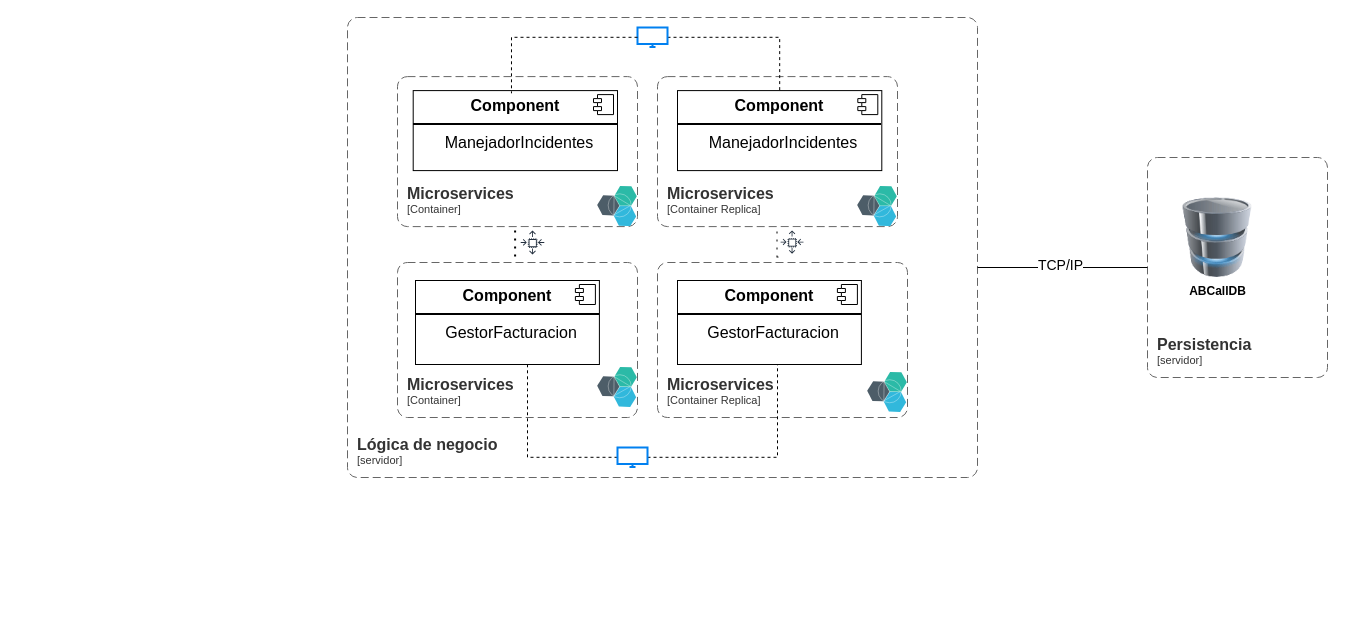
This is page "hu experimento arquitectura abcall asincrono" (8 of 8) of diagramas.drawio from lordmkichavi-andes/MISW4202-202414-Grupo017, a draw.io file, before an edit. Source tidied: cells renumbered, new cells numbered last; positions are measured from the earlier drawing's top-left corner, leaving out a move shared by most shapes. Both pictures are drawn from the tidied source at 100%, with x=0, y=0 at pixel (347, 17).
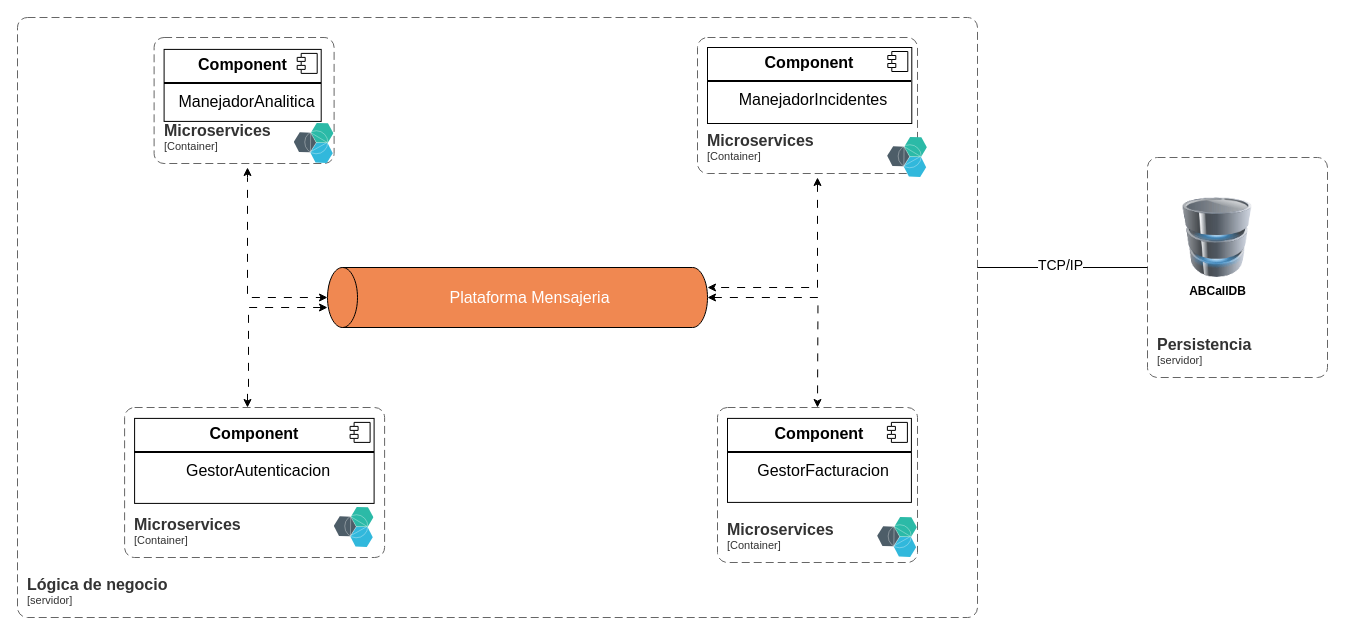
The same diagram, later.

Change to the diagram source:
```diff
@@
-    <mxCell id="2" value="&lt;p style=&quot;margin: 6px 0px 0px; text-align: center; font-size: 16px;&quot;&gt;&lt;b style=&quot;font-size: 16px;&quot;&gt;&lt;font style=&quot;font-size: 16px;&quot;&gt;Component&lt;/font&gt;&lt;/b&gt;&lt;/p&gt;&lt;hr style=&quot;border-style: solid; font-size: 16px;&quot;&gt;&lt;p style=&quot;text-align: center; margin: 0px 0px 0px 8px; font-size: 16px;&quot;&gt;&lt;font style=&quot;font-size: 16px;&quot;&gt;ManejadorIncidentes&lt;/font&gt;&lt;br style=&quot;font-size: 16px;&quot;&gt;&lt;/p&gt;" style="align=left;overflow=fill;html=1;whiteSpace=wrap;fontSize=16;" parent="1" vertex="1">
-      <mxGeometry x="330" y="73.1" width="204.3" height="80" as="geometry" />
-    </mxCell>
-    <mxCell id="3" style="shape=component;jettyWidth=8;jettyHeight=4;fontSize=16;" parent="2" vertex="1">
-      <mxGeometry x="1" width="20" height="20" relative="1" as="geometry">
-        <mxPoint x="-24" y="4" as="offset" />
-      </mxGeometry>
-    </mxCell>
-    <mxCell id="4" value="&lt;p style=&quot;margin: 6px 0px 0px; text-align: center; font-size: 16px;&quot;&gt;&lt;b style=&quot;font-size: 16px;&quot;&gt;Component&lt;/b&gt;&lt;/p&gt;&lt;hr style=&quot;border-style: solid; font-size: 16px;&quot;&gt;&lt;p style=&quot;text-align: center; margin: 0px 0px 0px 8px; font-size: 16px;&quot;&gt;GestorFacturacion&lt;br style=&quot;font-size: 16px;&quot;&gt;&lt;/p&gt;" style="align=left;overflow=fill;html=1;whiteSpace=wrap;fontSize=16;" parent="1" vertex="1">
-      <mxGeometry x="330" y="263" width="183.9" height="84" as="geometry" />
-    </mxCell>
-    <mxCell id="5" style="shape=component;jettyWidth=8;jettyHeight=4;fontSize=16;" parent="4" vertex="1">
-      <mxGeometry x="1" width="20" height="20" relative="1" as="geometry">
-        <mxPoint x="-24" y="4" as="offset" />
-      </mxGeometry>
-    </mxCell>
@@
-    <object id="7" label="&lt;font style=&quot;font-size: 16px&quot;&gt;&lt;b&gt;&lt;div style=&quot;text-align: left&quot;&gt;%c4Name%&lt;/div&gt;&lt;/b&gt;&lt;/font&gt;&lt;div style=&quot;text-align: left&quot;&gt;[%c4Application%]&lt;/div&gt;" c4Application="Container Replica" c4Name="Microservices" placeholders="1">
-      <mxCell style="rounded=1;fontSize=11;whiteSpace=wrap;html=1;dashed=1;arcSize=20;fillColor=none;strokeColor=#666666;fontColor=#333333;labelBackgroundColor=none;align=left;verticalAlign=bottom;labelBorderColor=none;spacingTop=0;spacing=10;dashPattern=8 4;perimeter=rectanglePerimeter;noLabel=0;labelPadding=0;absoluteArcSize=1;" parent="1" vertex="1">
-        <mxGeometry x="310" y="59.1" width="240" height="150" as="geometry" />
-      </mxCell>
-    </object>
@@
     <object id="9" label="&lt;font style=&quot;font-size: 16px&quot;&gt;&lt;b&gt;&lt;div style=&quot;text-align: left&quot;&gt;%c4Name%&lt;/div&gt;&lt;/b&gt;&lt;/font&gt;&lt;div style=&quot;text-align: left&quot;&gt;[%c4Application%]&lt;/div&gt;" c4Application="servidor" c4Name="Lógica de negocio" placeholders="1">
       <mxCell style="rounded=1;fontSize=11;whiteSpace=wrap;html=1;dashed=1;arcSize=20;fillColor=none;strokeColor=#666666;fontColor=#333333;labelBackgroundColor=none;align=left;verticalAlign=bottom;labelBorderColor=none;spacingTop=0;spacing=10;dashPattern=8 4;perimeter=rectanglePerimeter;noLabel=0;labelPadding=0;absoluteArcSize=1;" parent="1" vertex="1">
-        <mxGeometry width="630" height="460" as="geometry" />
+        <mxGeometry x="-330" width="960" height="600" as="geometry" />
       </mxCell>
     </object>
@@
+    <mxCell id="33" style="edgeStyle=orthogonalEdgeStyle;rounded=0;jettySize=auto;html=1;dashed=1;dashPattern=8 8;startArrow=classic;startFill=1;" parent="1" edge="1" target="41">
+      <mxGeometry relative="1" as="geometry">
+        <mxPoint x="470" y="160" as="sourcePoint" />
+        <Array as="points">
+          <mxPoint x="470" y="270" />
+        </Array>
+      </mxGeometry>
+    </mxCell>
     <mxCell id="12" value="&lt;p style=&quot;margin: 6px 0px 0px; text-align: center; font-size: 16px;&quot;&gt;&lt;b style=&quot;font-size: 16px;&quot;&gt;&lt;font style=&quot;font-size: 16px;&quot;&gt;Component&lt;/font&gt;&lt;/b&gt;&lt;/p&gt;&lt;hr style=&quot;border-style: solid; font-size: 16px;&quot;&gt;&lt;p style=&quot;text-align: center; margin: 0px 0px 0px 8px; font-size: 16px;&quot;&gt;&lt;font style=&quot;font-size: 16px;&quot;&gt;ManejadorIncidentes&lt;/font&gt;&lt;br style=&quot;font-size: 16px;&quot;&gt;&lt;/p&gt;" style="align=left;overflow=fill;html=1;whiteSpace=wrap;fontSize=16;" parent="1" vertex="1">
-      <mxGeometry x="65.7" y="73.1" width="204.3" height="80" as="geometry" />
+      <mxGeometry x="360" y="30" width="204.3" height="76" as="geometry" />
     </mxCell>
@@
     <mxCell id="14" value="&lt;p style=&quot;margin: 6px 0px 0px; text-align: center; font-size: 16px;&quot;&gt;&lt;b style=&quot;font-size: 16px;&quot;&gt;Component&lt;/b&gt;&lt;/p&gt;&lt;hr style=&quot;border-style: solid; font-size: 16px;&quot;&gt;&lt;p style=&quot;text-align: center; margin: 0px 0px 0px 8px; font-size: 16px;&quot;&gt;GestorFacturacion&lt;br style=&quot;font-size: 16px;&quot;&gt;&lt;/p&gt;" style="align=left;overflow=fill;html=1;whiteSpace=wrap;fontSize=16;" parent="1" vertex="1">
-      <mxGeometry x="68" y="263" width="183.9" height="84" as="geometry" />
+      <mxGeometry x="380" y="400.9" width="183.9" height="84" as="geometry" />
     </mxCell>
@@
-    <object id="16" label="&lt;font style=&quot;font-size: 16px&quot;&gt;&lt;b&gt;&lt;div style=&quot;text-align: left&quot;&gt;%c4Name%&lt;/div&gt;&lt;/b&gt;&lt;/font&gt;&lt;div style=&quot;text-align: left&quot;&gt;[%c4Application%]&lt;/div&gt;" c4Application="Container" c4Name="Microservices" placeholders="1">
-      <mxCell style="rounded=1;fontSize=11;whiteSpace=wrap;html=1;dashed=1;arcSize=20;fillColor=none;strokeColor=#666666;fontColor=#333333;labelBackgroundColor=none;align=left;verticalAlign=bottom;labelBorderColor=none;spacingTop=0;spacing=10;dashPattern=8 4;perimeter=rectanglePerimeter;noLabel=0;labelPadding=0;absoluteArcSize=1;" parent="1" vertex="1">
-        <mxGeometry x="50" y="245" width="240" height="155" as="geometry" />
-      </mxCell>
-    </object>
-    <object id="17" label="&lt;font style=&quot;font-size: 16px&quot;&gt;&lt;b&gt;&lt;div style=&quot;text-align: left&quot;&gt;%c4Name%&lt;/div&gt;&lt;/b&gt;&lt;/font&gt;&lt;div style=&quot;text-align: left&quot;&gt;[%c4Application%]&lt;/div&gt;" c4Application="Container" c4Name="Microservices" placeholders="1">
-      <mxCell style="rounded=1;fontSize=11;whiteSpace=wrap;html=1;dashed=1;arcSize=20;fillColor=none;strokeColor=#666666;fontColor=#333333;labelBackgroundColor=none;align=left;verticalAlign=bottom;labelBorderColor=none;spacingTop=0;spacing=10;dashPattern=8 4;perimeter=rectanglePerimeter;noLabel=0;labelPadding=0;absoluteArcSize=1;" parent="1" vertex="1">
-        <mxGeometry x="50" y="59.1" width="240" height="150" as="geometry" />
-      </mxCell>
-    </object>
-    <object id="18" label="&lt;font style=&quot;font-size: 16px&quot;&gt;&lt;b&gt;&lt;div style=&quot;text-align: left&quot;&gt;%c4Name%&lt;/div&gt;&lt;/b&gt;&lt;/font&gt;&lt;div style=&quot;text-align: left&quot;&gt;[%c4Application%]&lt;/div&gt;" c4Application="Container Replica" c4Name="Microservices" placeholders="1">
-      <mxCell style="rounded=1;fontSize=11;whiteSpace=wrap;html=1;dashed=1;arcSize=20;fillColor=none;strokeColor=#666666;fontColor=#333333;labelBackgroundColor=none;align=left;verticalAlign=bottom;labelBorderColor=none;spacingTop=0;spacing=10;dashPattern=8 4;perimeter=rectanglePerimeter;noLabel=0;labelPadding=0;absoluteArcSize=1;" parent="1" vertex="1">
-        <mxGeometry x="310" y="245" width="250" height="155" as="geometry" />
-      </mxCell>
-    </object>
-    <mxCell id="19" style="image;perimeter=ellipsePerimeter;html=1;align=center;shadow=0;dashed=0;fontColor=#4277BB;labelBackgroundColor=default;fontSize=12;spacingTop=3;image=img/lib/ibm/miscellaneous/microservices_application.svg;" parent="1" vertex="1">
-      <mxGeometry x="510" y="169.1" width="40" height="40" as="geometry" />
-    </mxCell>
-    <mxCell id="20" style="image;perimeter=ellipsePerimeter;html=1;align=center;shadow=0;dashed=0;fontColor=#4277BB;labelBackgroundColor=default;fontSize=12;spacingTop=3;image=img/lib/ibm/miscellaneous/microservices_application.svg;" parent="1" vertex="1">
-      <mxGeometry x="520" y="355" width="40" height="40" as="geometry" />
-    </mxCell>
-    <mxCell id="21" style="image;perimeter=ellipsePerimeter;html=1;align=center;shadow=0;dashed=0;fontColor=#4277BB;labelBackgroundColor=default;fontSize=12;spacingTop=3;image=img/lib/ibm/miscellaneous/microservices_application.svg;" parent="1" vertex="1">
-      <mxGeometry x="250" y="350" width="40" height="40" as="geometry" />
-    </mxCell>
-    <mxCell id="22" style="image;perimeter=ellipsePerimeter;html=1;align=center;shadow=0;dashed=0;fontColor=#4277BB;labelBackgroundColor=default;fontSize=12;spacingTop=3;image=img/lib/ibm/miscellaneous/microservices_application.svg;" parent="1" vertex="1">
-      <mxGeometry x="250" y="169.1" width="40" height="40" as="geometry" />
-    </mxCell>
-    <mxCell id="23" style="endArrow=none;dashed=1;html=1;dashPattern=1 3;strokeWidth=2;rounded=0;" parent="1" edge="1">
-      <mxGeometry relative="1" as="geometry">
-        <mxPoint x="430" y="240" as="sourcePoint" />
-        <mxPoint x="430" y="210" as="targetPoint" />
-      </mxGeometry>
-    </mxCell>
-    <mxCell id="24" style="endArrow=none;dashed=1;html=1;dashPattern=1 3;strokeWidth=2;rounded=0;" parent="1" edge="1">
-      <mxGeometry relative="1" as="geometry">
-        <mxPoint x="167.6" y="239.1" as="sourcePoint" />
-        <mxPoint x="167.6" y="209.1" as="targetPoint" />
-      </mxGeometry>
-    </mxCell>
-    <mxCell id="25" style="sketch=0;fontColor=#232F3E;gradientColor=none;strokeColor=#232F3E;fillColor=#ffffff;dashed=0;verticalLabelPosition=bottom;verticalAlign=top;align=center;html=1;fontSize=12;fontStyle=0;shape=mxgraph.aws4.resourceIcon;resIcon=mxgraph.aws4.auto_scaling;" parent="1" vertex="1">
-      <mxGeometry x="430" y="210" width="29.1" height="29.1" as="geometry" />
-    </mxCell>
-    <mxCell id="26" style="sketch=0;fontColor=#232F3E;gradientColor=none;strokeColor=#232F3E;fillColor=#ffffff;dashed=0;verticalLabelPosition=bottom;verticalAlign=top;align=center;html=1;fontSize=12;fontStyle=0;shape=mxgraph.aws4.resourceIcon;resIcon=mxgraph.aws4.auto_scaling;" parent="1" vertex="1">
-      <mxGeometry x="170" y="210" width="30" height="30" as="geometry" />
-    </mxCell>
-    <mxCell id="27" style="edgeStyle=orthogonalEdgeStyle;rounded=0;jettySize=auto;html=1;endArrow=none;endFill=0;dashed=1;" parent="1" edge="1" source="28" target="2">
-      <mxGeometry relative="1" as="geometry" />
-    </mxCell>
-    <mxCell id="28" style="html=1;verticalLabelPosition=bottom;align=center;labelBackgroundColor=#ffffff;verticalAlign=top;strokeWidth=2;strokeColor=#0080F0;shadow=0;dashed=0;shape=mxgraph.ios7.icons.monitor;" parent="1" vertex="1">
-      <mxGeometry x="290" y="10" width="30" height="19.5" as="geometry" />
-    </mxCell>
-    <mxCell id="29" style="edgeStyle=orthogonalEdgeStyle;rounded=0;jettySize=auto;html=1;endArrow=none;endFill=0;dashed=1;" parent="1" edge="1" source="31">
-      <mxGeometry relative="1" as="geometry">
-        <mxPoint x="430" y="347" as="targetPoint" />
-        <Array as="points">
-          <mxPoint x="430" y="440" />
-          <mxPoint x="430" y="347" />
-        </Array>
-      </mxGeometry>
-    </mxCell>
-    <mxCell id="30" style="edgeStyle=orthogonalEdgeStyle;rounded=0;jettySize=auto;html=1;endArrow=none;endFill=0;dashed=1;" parent="1" edge="1" source="31" target="14">
-      <mxGeometry relative="1" as="geometry">
-        <Array as="points">
-          <mxPoint x="180" y="440" />
-        </Array>
-      </mxGeometry>
-    </mxCell>
-    <mxCell id="31" style="html=1;verticalLabelPosition=bottom;align=center;labelBackgroundColor=#ffffff;verticalAlign=top;strokeWidth=2;strokeColor=#0080F0;shadow=0;dashed=0;shape=mxgraph.ios7.icons.monitor;" parent="1" vertex="1">
-      <mxGeometry x="270" y="430" width="30" height="19.5" as="geometry" />
-    </mxCell>
-    <mxCell id="32" style="edgeStyle=orthogonalEdgeStyle;rounded=0;jettySize=auto;html=1;entryX=0.481;entryY=0.034;entryDx=0;entryDy=0;entryPerimeter=0;endArrow=none;endFill=0;dashed=1;" parent="1" edge="1" source="28" target="12">
-      <mxGeometry relative="1" as="geometry" />
-    </mxCell>
+    <mxCell id="34" value="&lt;p style=&quot;margin: 6px 0px 0px; text-align: center; font-size: 16px;&quot;&gt;&lt;b style=&quot;font-size: 16px;&quot;&gt;Component&lt;/b&gt;&lt;/p&gt;&lt;hr style=&quot;border-style: solid; font-size: 16px;&quot;&gt;&lt;p style=&quot;text-align: center; margin: 0px 0px 0px 8px; font-size: 16px;&quot;&gt;&lt;font style=&quot;font-size: 16px;&quot;&gt;GestorAutenticacion&lt;/font&gt;&lt;br style=&quot;font-size: 16px;&quot;&gt;&lt;/p&gt;" style="align=left;overflow=fill;html=1;whiteSpace=wrap;fontSize=16;" parent="1" vertex="1">
+      <mxGeometry x="-212.9" y="400.9" width="239.5" height="85" as="geometry" />
+    </mxCell>
+    <mxCell id="35" style="shape=component;jettyWidth=8;jettyHeight=4;fontSize=16;" parent="34" vertex="1">
+      <mxGeometry x="1" width="20" height="20" relative="1" as="geometry">
+        <mxPoint x="-24" y="4" as="offset" />
+      </mxGeometry>
+    </mxCell>
+    <mxCell id="36" style="edgeStyle=orthogonalEdgeStyle;rounded=0;jettySize=auto;html=1;dashed=1;dashPattern=8 8;endArrow=classic;endFill=1;startArrow=classic;startFill=1;" parent="1" edge="1" target="41">
+      <mxGeometry relative="1" as="geometry">
+        <mxPoint x="-100" y="150" as="sourcePoint" />
+        <Array as="points">
+          <mxPoint x="-100" y="160" />
+          <mxPoint x="-100" y="280" />
+        </Array>
+      </mxGeometry>
+    </mxCell>
+    <mxCell id="37" value="&lt;p style=&quot;margin: 6px 0px 0px; text-align: center; font-size: 16px;&quot;&gt;&lt;b style=&quot;font-size: 16px;&quot;&gt;Component&lt;/b&gt;&lt;/p&gt;&lt;hr style=&quot;border-style: solid; font-size: 16px;&quot;&gt;&lt;p style=&quot;text-align: center; margin: 0px 0px 0px 8px; font-size: 16px;&quot;&gt;ManejadorAnalitica&lt;br style=&quot;font-size: 16px;&quot;&gt;&lt;/p&gt;" style="align=left;overflow=fill;html=1;whiteSpace=wrap;fontSize=16;" parent="1" vertex="1">
+      <mxGeometry x="-183.4" y="31.9" width="157.1" height="72" as="geometry" />
+    </mxCell>
+    <mxCell id="38" style="shape=component;jettyWidth=8;jettyHeight=4;fontSize=16;" parent="37" vertex="1">
+      <mxGeometry x="1" width="20" height="20" relative="1" as="geometry">
+        <mxPoint x="-24" y="4" as="offset" />
+      </mxGeometry>
+    </mxCell>
+    <mxCell id="39" style="edgeStyle=orthogonalEdgeStyle;rounded=0;jettySize=auto;html=1;dashed=1;dashPattern=8 8;startArrow=classic;startFill=1;" parent="1" edge="1" source="41">
+      <mxGeometry relative="1" as="geometry">
+        <mxPoint x="-100" y="390" as="targetPoint" />
+        <Array as="points">
+          <mxPoint x="-99" y="290" />
+          <mxPoint x="-99" y="370" />
+        </Array>
+      </mxGeometry>
+    </mxCell>
+    <mxCell id="40" style="edgeStyle=orthogonalEdgeStyle;rounded=0;jettySize=auto;html=1;startArrow=classic;startFill=1;dashed=1;dashPattern=8 8;" parent="1" edge="1" source="41">
+      <mxGeometry relative="1" as="geometry">
+        <mxPoint x="470" y="390" as="targetPoint" />
+      </mxGeometry>
+    </mxCell>
+    <mxCell id="41" value="&lt;font color=&quot;#ffffff&quot; style=&quot;font-size: 16px;&quot;&gt;Plataforma Mensajeria&lt;/font&gt;" style="shape=cylinder3;whiteSpace=wrap;html=1;boundedLbl=1;backgroundOutline=1;size=15;direction=north;fillColor=#f08851;strokeColor=#000000;" parent="1" vertex="1">
+      <mxGeometry x="-20" y="250" width="380" height="60" as="geometry" />
+    </mxCell>
+    <object id="42" label="&lt;font style=&quot;font-size: 16px&quot;&gt;&lt;b&gt;&lt;div style=&quot;text-align: left&quot;&gt;%c4Name%&lt;/div&gt;&lt;/b&gt;&lt;/font&gt;&lt;div style=&quot;text-align: left&quot;&gt;[%c4Application%]&lt;/div&gt;" c4Application="Container" c4Name="Microservices" placeholders="1">
+      <mxCell style="rounded=1;fontSize=11;whiteSpace=wrap;html=1;dashed=1;arcSize=20;fillColor=none;strokeColor=#666666;fontColor=#333333;labelBackgroundColor=none;align=left;verticalAlign=bottom;labelBorderColor=none;spacingTop=0;spacing=10;dashPattern=8 4;perimeter=rectanglePerimeter;noLabel=0;labelPadding=0;absoluteArcSize=1;" parent="1" vertex="1">
+        <mxGeometry x="370" y="390" width="200" height="155" as="geometry" />
+      </mxCell>
+    </object>
+    <object id="43" label="&lt;font style=&quot;font-size: 16px&quot;&gt;&lt;b&gt;&lt;div style=&quot;text-align: left&quot;&gt;%c4Name%&lt;/div&gt;&lt;/b&gt;&lt;/font&gt;&lt;div style=&quot;text-align: left&quot;&gt;[%c4Application%]&lt;/div&gt;" c4Application="Container" c4Name="Microservices" placeholders="1">
+      <mxCell style="rounded=1;fontSize=11;whiteSpace=wrap;html=1;dashed=1;arcSize=20;fillColor=none;strokeColor=#666666;fontColor=#333333;labelBackgroundColor=none;align=left;verticalAlign=bottom;labelBorderColor=none;spacingTop=0;spacing=10;dashPattern=8 4;perimeter=rectanglePerimeter;noLabel=0;labelPadding=0;absoluteArcSize=1;" parent="1" vertex="1">
+        <mxGeometry x="350" y="20" width="220" height="136" as="geometry" />
+      </mxCell>
+    </object>
+    <object id="44" label="&lt;font style=&quot;font-size: 16px&quot;&gt;&lt;b&gt;&lt;div style=&quot;text-align: left&quot;&gt;%c4Name%&lt;/div&gt;&lt;/b&gt;&lt;/font&gt;&lt;div style=&quot;text-align: left&quot;&gt;[%c4Application%]&lt;/div&gt;" c4Application="Container" c4Name="Microservices" placeholders="1">
+      <mxCell style="rounded=1;fontSize=11;whiteSpace=wrap;html=1;dashed=1;arcSize=20;fillColor=none;strokeColor=#666666;fontColor=#333333;labelBackgroundColor=none;align=left;verticalAlign=bottom;labelBorderColor=none;spacingTop=0;spacing=10;dashPattern=8 4;perimeter=rectanglePerimeter;noLabel=0;labelPadding=0;absoluteArcSize=1;" parent="1" vertex="1">
+        <mxGeometry x="-193.4" y="20" width="180" height="126" as="geometry" />
+      </mxCell>
+    </object>
+    <mxCell id="45" style="image;perimeter=ellipsePerimeter;html=1;align=center;shadow=0;dashed=0;fontColor=#4277BB;labelBackgroundColor=default;fontSize=12;spacingTop=3;image=img/lib/ibm/miscellaneous/microservices_application.svg;" parent="1" vertex="1">
+      <mxGeometry x="-53.4" y="106" width="40" height="40" as="geometry" />
+    </mxCell>
+    <mxCell id="46" style="image;perimeter=ellipsePerimeter;html=1;align=center;shadow=0;dashed=0;fontColor=#4277BB;labelBackgroundColor=default;fontSize=12;spacingTop=3;image=img/lib/ibm/miscellaneous/microservices_application.svg;" parent="1" vertex="1">
+      <mxGeometry x="540" y="120" width="40" height="40" as="geometry" />
+    </mxCell>
+    <mxCell id="47" style="image;perimeter=ellipsePerimeter;html=1;align=center;shadow=0;dashed=0;fontColor=#4277BB;labelBackgroundColor=default;fontSize=12;spacingTop=3;image=img/lib/ibm/miscellaneous/microservices_application.svg;" parent="1" vertex="1">
+      <mxGeometry x="530" y="500" width="40" height="40" as="geometry" />
+    </mxCell>
+    <object id="48" label="&lt;font style=&quot;font-size: 16px&quot;&gt;&lt;b&gt;&lt;div style=&quot;text-align: left&quot;&gt;%c4Name%&lt;/div&gt;&lt;/b&gt;&lt;/font&gt;&lt;div style=&quot;text-align: left&quot;&gt;[%c4Application%]&lt;/div&gt;" c4Application="Container" c4Name="Microservices" placeholders="1">
+      <mxCell style="rounded=1;fontSize=11;whiteSpace=wrap;html=1;dashed=1;arcSize=20;fillColor=none;strokeColor=#666666;fontColor=#333333;labelBackgroundColor=none;align=left;verticalAlign=bottom;labelBorderColor=none;spacingTop=0;spacing=10;dashPattern=8 4;perimeter=rectanglePerimeter;noLabel=0;labelPadding=0;absoluteArcSize=1;" parent="1" vertex="1">
+        <mxGeometry x="-222.9" y="390" width="260" height="150" as="geometry" />
+      </mxCell>
+    </object>
+    <mxCell id="49" style="image;perimeter=ellipsePerimeter;html=1;align=center;shadow=0;dashed=0;fontColor=#4277BB;labelBackgroundColor=default;fontSize=12;spacingTop=3;image=img/lib/ibm/miscellaneous/microservices_application.svg;" parent="1" vertex="1">
+      <mxGeometry x="-13.4" y="490" width="40" height="40" as="geometry" />
+    </mxCell>
```
